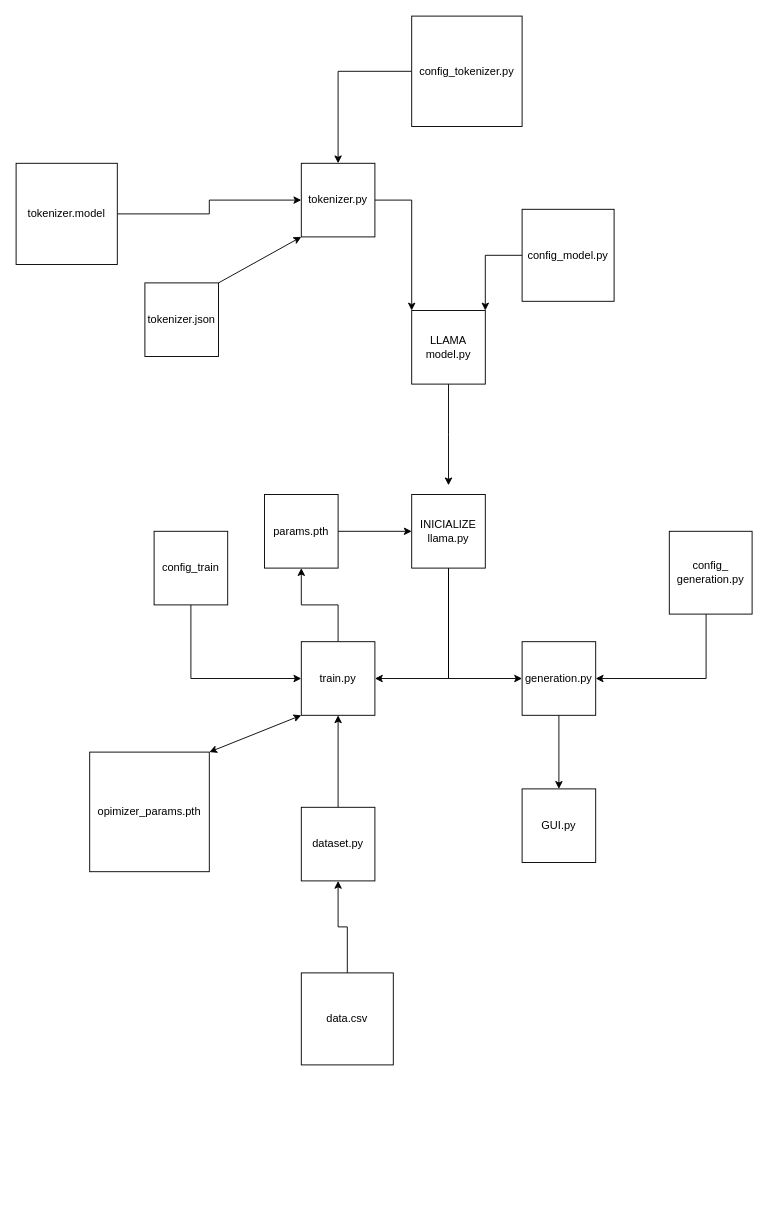
Above: LLAMA.drawio in SponeKiller/NLP (draw.io), before the change. Source tidied: cells renumbered, new cells numbered last; positions are measured from the earlier drawing's top-left corner, leaving out a move shared by most shapes. Both pictures are drawn from the tidied source at 92%, with x=0, y=0 at pixel (16, 16).
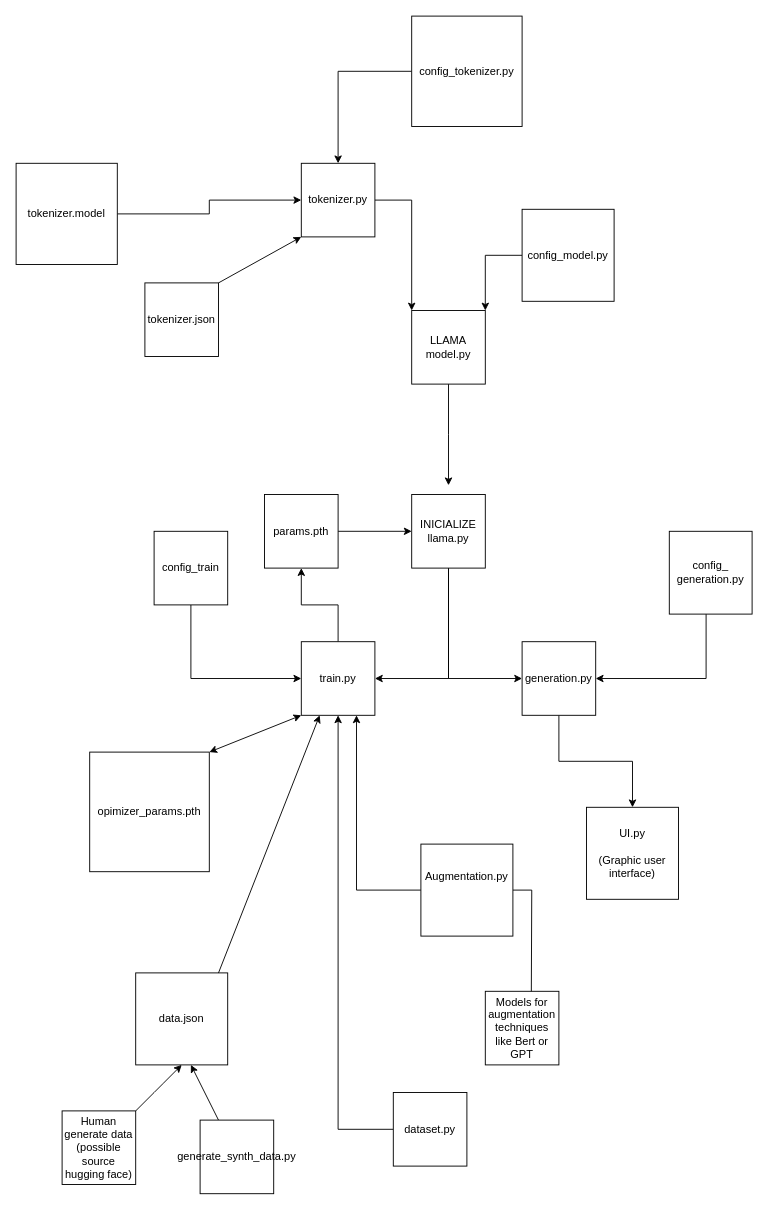
Above is the later version.

Unchanged cells that the change refers to:
```xml
<mxCell id="16" value="train.py" style="whiteSpace=wrap;html=1;" parent="1" vertex="1">
  <mxGeometry x="310" y="680" width="80" height="80" as="geometry" />
</mxCell>
```

Change to the diagram source:
```diff
@@
     <mxCell id="22" value="dataset.py" style="whiteSpace=wrap;html=1;" parent="1" vertex="1">
-      <mxGeometry x="310" y="860" width="80" height="80" as="geometry" />
+      <mxGeometry x="410" y="1170" width="80" height="80" as="geometry" />
     </mxCell>
-    <mxCell id="23" style="edgeStyle=orthogonalEdgeStyle;rounded=0;jettySize=auto;html=1;entryX=0.5;entryY=1;entryDx=0;entryDy=0;" parent="1" edge="1" source="24" target="22">
-      <mxGeometry relative="1" as="geometry" />
-    </mxCell>
-    <mxCell id="24" value="data.csv" style="whiteSpace=wrap;html=1;" parent="1" vertex="1">
-      <mxGeometry x="310" y="1040" width="100" height="100" as="geometry" />
+    <mxCell id="24" value="data.json" style="whiteSpace=wrap;html=1;" parent="1" vertex="1">
+      <mxGeometry x="130" y="1040" width="100" height="100" as="geometry" />
     </mxCell>
@@
-    <mxCell id="27" value="GUI.py" style="whiteSpace=wrap;html=1;" parent="1" vertex="1">
-      <mxGeometry x="550" y="840" width="80" height="80" as="geometry" />
+    <mxCell id="27" value="UI.py&lt;div&gt;&lt;br&gt;&lt;/div&gt;&lt;div&gt;(Graphic user interface)&lt;/div&gt;" style="whiteSpace=wrap;html=1;" parent="1" vertex="1">
+      <mxGeometry x="620" y="860" width="100" height="100" as="geometry" />
     </mxCell>
@@
+    <mxCell id="34" style="endArrow=classic;html=1;rounded=0;entryX=0.25;entryY=1;entryDx=0;entryDy=0;" parent="1" edge="1" target="16">
+      <mxGeometry relative="1" as="geometry">
+        <mxPoint x="220" y="1040" as="sourcePoint" />
+      </mxGeometry>
+    </mxCell>
+    <mxCell id="35" style="edgeStyle=orthogonalEdgeStyle;rounded=0;jettySize=auto;html=1;entryX=0.75;entryY=1;entryDx=0;entryDy=0;" parent="1" edge="1" source="37" target="16">
+      <mxGeometry relative="1" as="geometry" />
+    </mxCell>
+    <mxCell id="36" style="edgeStyle=orthogonalEdgeStyle;rounded=0;jettySize=auto;html=1;" parent="1" edge="1" source="37">
+      <mxGeometry relative="1" as="geometry">
+        <mxPoint x="560" y="1070" as="targetPoint" />
+      </mxGeometry>
+    </mxCell>
+    <mxCell id="37" value="Augmentation.py&lt;div&gt;&lt;br&gt;&lt;/div&gt;&lt;div&gt;&lt;br&gt;&lt;/div&gt;" style="whiteSpace=wrap;html=1;" parent="1" vertex="1">
+      <mxGeometry x="440" y="900" width="100" height="100" as="geometry" />
+    </mxCell>
+    <mxCell id="38" value="Models for augmentation techniques like Bert or GPT" style="whiteSpace=wrap;html=1;" parent="1" vertex="1">
+      <mxGeometry x="510" y="1060" width="80" height="80" as="geometry" />
+    </mxCell>
+    <mxCell id="39" style="endArrow=classic;html=1;rounded=0;" parent="1" edge="1">
+      <mxGeometry relative="1" as="geometry">
+        <mxPoint x="130" y="1190" as="sourcePoint" />
+        <mxPoint x="180" y="1140" as="targetPoint" />
+        <Array as="points">
+          <mxPoint x="150" y="1170" />
+          <mxPoint x="160" y="1160" />
+        </Array>
+      </mxGeometry>
+    </mxCell>
+    <mxCell id="40" style="endArrow=classic;html=1;rounded=0;" parent="1" edge="1">
+      <mxGeometry relative="1" as="geometry">
+        <mxPoint x="220" y="1200" as="sourcePoint" />
+        <mxPoint x="190" y="1140" as="targetPoint" />
+      </mxGeometry>
+    </mxCell>
+    <mxCell id="41" value="Human generate data (possible source hugging face)" style="whiteSpace=wrap;html=1;" parent="1" vertex="1">
+      <mxGeometry x="50" y="1190" width="80" height="80" as="geometry" />
+    </mxCell>
+    <mxCell id="42" value="generate_synth_data.py" style="whiteSpace=wrap;html=1;" parent="1" vertex="1">
+      <mxGeometry x="200" y="1200" width="80" height="80" as="geometry" />
+    </mxCell>
```
